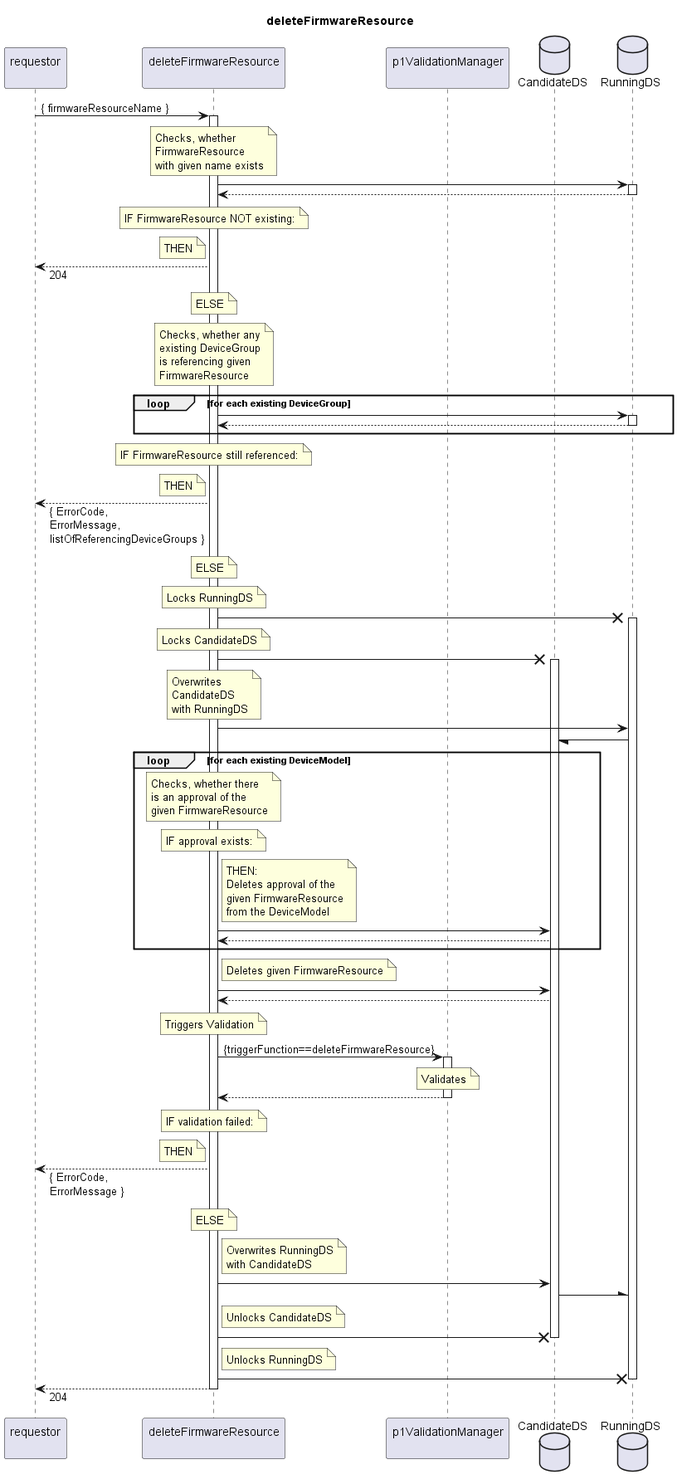
This is spec/Services/deleteFirmwareResource/1.0.0/deleteFirmwareResource.png from openBackhaul/FirmWareManager, a PlantUML export, as it was before one commit.
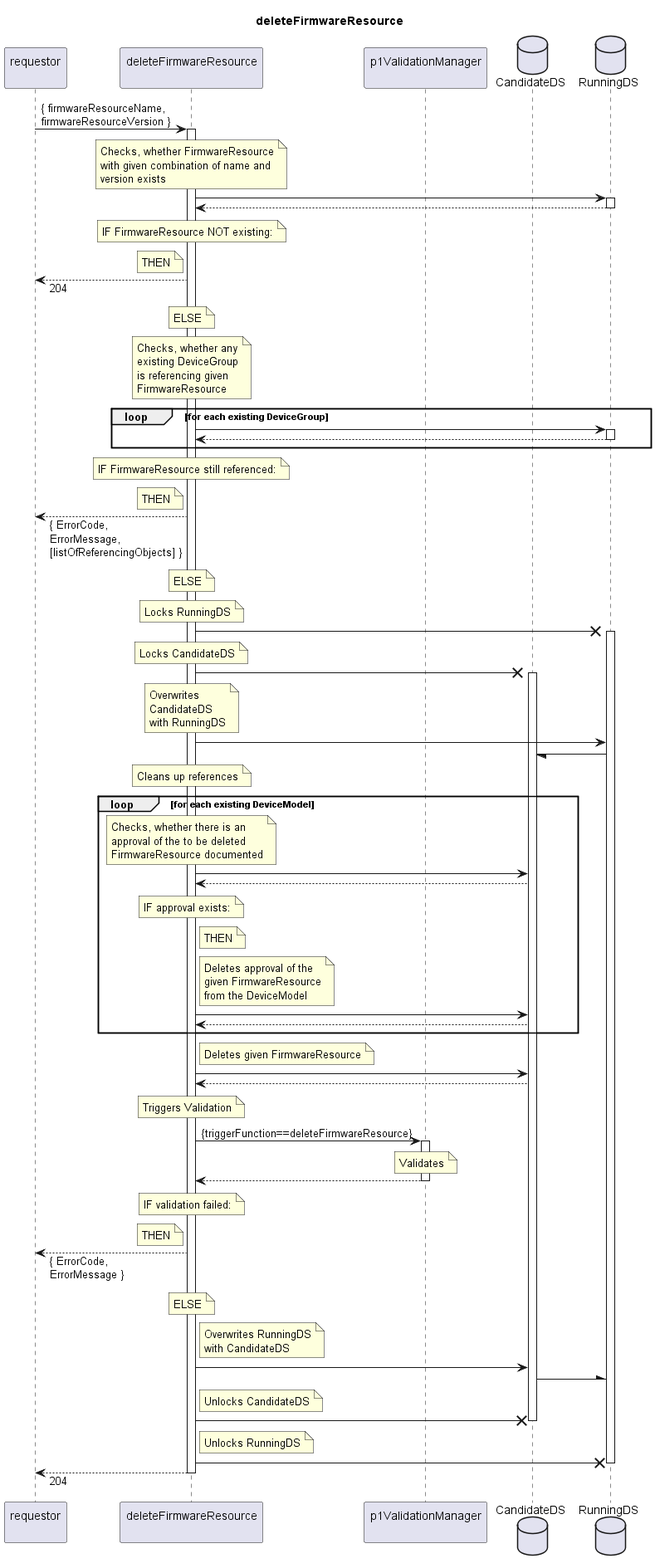
Above is the later version.

Change to the diagram source:
```diff
@@ -6,140 +6,147 @@
 end title
 
 participant "requestor\n" as requestor
-participant "deleteFirmwareResource\n" as delServer
+participant "deleteFirmwareResource\n" as delFWR
 participant "p1ValidationManager\n" as valiMan
 database "CandidateDS" as CanDS
 database "RunningDS" as RunDS
 
-requestor -> delServer: { firmwareResourceName }
-activate delServer
+requestor -> delFWR: { firmwareResourceName,\nfirmwareResourceVersion }
+activate delFWR
 
-  note over delServer
-    Checks, whether
-    FirmwareResource
-    with given name exists
+  note over delFWR
+    Checks, whether FirmwareResource
+    with given combination of name and
+    version exists
   end note
-  delServer -> RunDS
+  delFWR -> RunDS
   activate RunDS
-  delServer <-- RunDS
+  delFWR <-- RunDS
   deactivate RunDS
-  note over delServer
+  note over delFWR
     IF FirmwareResource NOT existing:
   end note
-  note left delServer
+  note left delFWR
     THEN
   end note
-  requestor <-- delServer: 204
-  note over delServer
+  requestor <-- delFWR: 204
+  note over delFWR
     ELSE
   end note
 
-  note over delServer
+  note over delFWR
     Checks, whether any
     existing DeviceGroup
     is referencing given
     FirmwareResource
   end note
   loop for each existing DeviceGroup
-    delServer -> RunDS
+    delFWR -> RunDS
     activate RunDS
-    delServer <-- RunDS
+    delFWR <-- RunDS
     deactivate RunDS
   end loop
-  note over delServer
+  note over delFWR
     IF FirmwareResource still referenced:
   end note
-  note left delServer
+  note left delFWR
     THEN
   end note
-  requestor <-- delServer: { ErrorCode,\nErrorMessage,\nlistOfReferencingDeviceGroups }
-  note over delServer
+  requestor <-- delFWR: { ErrorCode,\nErrorMessage,\n[listOfReferencingObjects] }
+  note over delFWR
     ELSE
   end note
 
-  note over delServer
+  note over delFWR
     Locks RunningDS
   end note
-  delServer -X RunDS
+  delFWR -X RunDS
   activate RunDS
-  note over delServer
+  note over delFWR
     Locks CandidateDS
   end note
-  delServer -X CanDS
+  delFWR -X CanDS
   activate CanDS
-  note over delServer
+  note over delFWR
     Overwrites
     CandidateDS
     with RunningDS
   end note
-  delServer -> RunDS
+  delFWR -> RunDS
   RunDS -/ CanDS
 
+  note over delFWR
+    Cleans up references
+  end note
   loop for each existing DeviceModel
-    note over delServer
-      Checks, whether there
-      is an approval of the
-      given FirmwareResource
+    note over delFWR
+      Checks, whether there is an
+      approval of the to be deleted
+      FirmwareResource documented
     end note
-    note over delServer
+    delFWR -> CanDS
+    delFWR <-- CanDS
+    note over delFWR
       IF approval exists:
     end note
-    note right delServer
-      THEN:
+    note right delFWR
+      THEN
+    end note
+    note right delFWR
       Deletes approval of the
       given FirmwareResource
       from the DeviceModel
     end note
-    delServer -> CanDS
-    delServer <-- CanDS
+    delFWR -> CanDS
+    delFWR <-- CanDS
   end loop
 
-  note right delServer
+  note right delFWR
     Deletes given FirmwareResource
   end note
-  delServer -> CanDS
-  delServer <-- CanDS
+  delFWR -> CanDS
+  delFWR <-- CanDS
 
-  note over delServer
+  note over delFWR
     Triggers Validation
   end note
-  delServer -> valiMan: {triggerFunction==deleteFirmwareResource}
+  delFWR -> valiMan: {triggerFunction==deleteFirmwareResource}
   activate valiMan
     note over valiMan
       Validates
     end note
-  delServer <-- valiMan
+  delFWR <-- valiMan
   deactivate valiMan
-  note over delServer
+  note over delFWR
     IF validation failed:
   end note
-  note left delServer
+  note left delFWR
     THEN
   end note
-  requestor <-- delServer: { ErrorCode,\nErrorMessage }
-  note over delServer
+  requestor <-- delFWR: { ErrorCode,\nErrorMessage }
+  note over delFWR
     ELSE
   end note
 
-  note right delServer
+  note right delFWR
     Overwrites RunningDS
     with CandidateDS
   end note
-  delServer -> CanDS
+  delFWR -> CanDS
   CanDS -\ RunDS
-  note right delServer
+  note right delFWR
     Unlocks CandidateDS
   end note
-  delServer -X CanDS
+  delFWR -X CanDS
   deactivate CanDS
-  note right delServer
+  note right delFWR
     Unlocks RunningDS
   end note
-  delServer -X RunDS
+  delFWR -X RunDS
   deactivate RunDS
 
-  requestor <-- delServer: 204
+  requestor <-- delFWR: 204
 
-deactivate delServer
+deactivate delFWR
 
 @enduml
```
